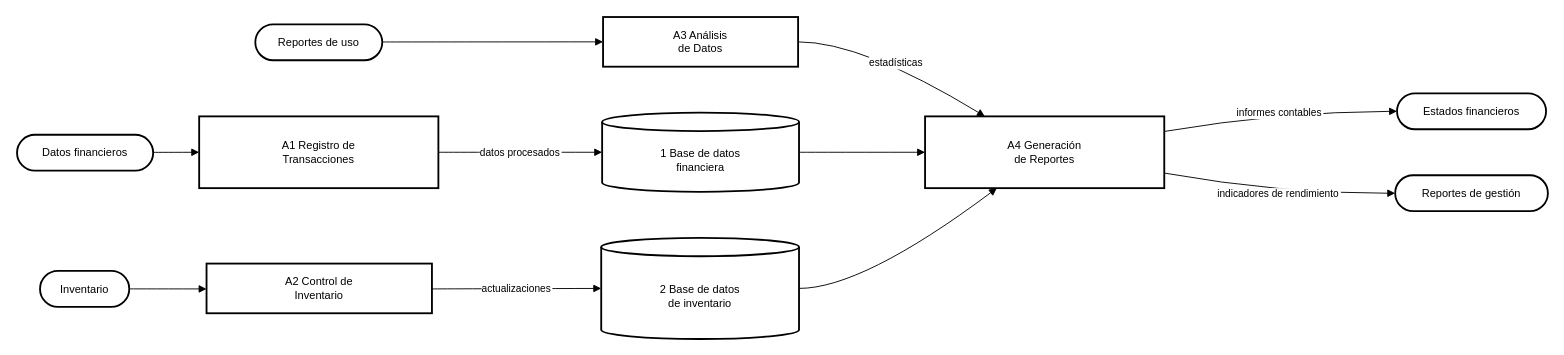
Above: F_NIVEL0_P3.drawio in RogerNegrete/sistemas-distribuidos (draw.io), before the change. Source tidied: cells renumbered, new cells numbered last; positions are measured from the earlier drawing's top-left corner, leaving out a move shared by most shapes. Both pictures are drawn from the tidied source at 92%, with x=0, y=0 at pixel (17, 17).
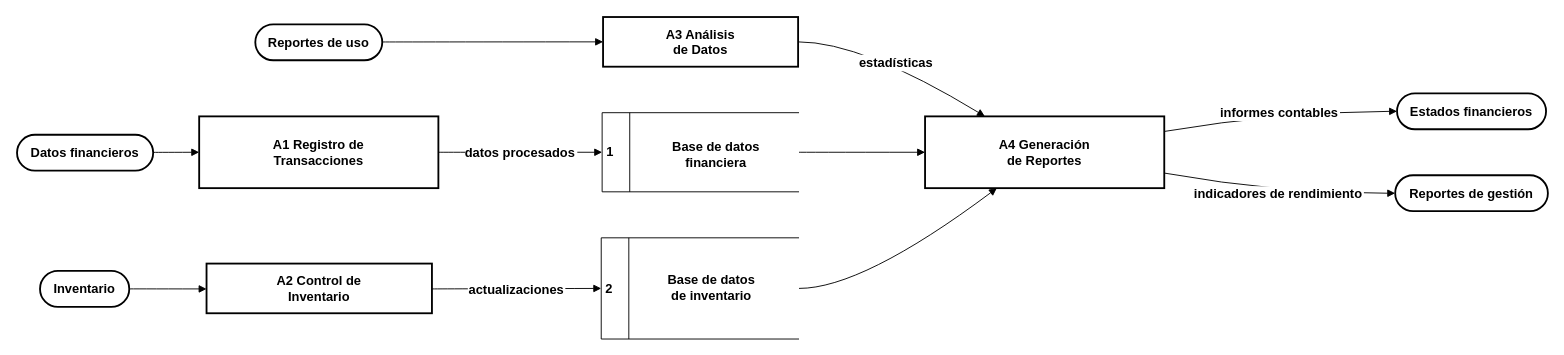
After the change.

What changed in the source:
```diff
@@
-    <mxCell id="2" value="Datos financieros" style="rounded=1;whiteSpace=wrap;arcSize=50;strokeWidth=2;" parent="1" vertex="1">
+    <mxCell id="2" value="Datos financieros" style="rounded=1;whiteSpace=wrap;arcSize=50;strokeWidth=2;fontStyle=1;fontSize=14;" parent="1" vertex="1">
       <mxGeometry y="128" width="148" height="39" as="geometry" />
     </mxCell>
-    <mxCell id="3" value="A1 Registro de&#10;Transacciones" style="whiteSpace=wrap;strokeWidth=2;" parent="1" vertex="1">
+    <mxCell id="3" value="A1 Registro de&#10;Transacciones" style="whiteSpace=wrap;strokeWidth=2;fontSize=14;fontStyle=1;" parent="1" vertex="1">
       <mxGeometry x="198" y="108" width="260" height="78" as="geometry" />
     </mxCell>
-    <mxCell id="4" value="Inventario" style="rounded=1;whiteSpace=wrap;arcSize=50;strokeWidth=2;" parent="1" vertex="1">
+    <mxCell id="4" value="Inventario" style="rounded=1;whiteSpace=wrap;arcSize=50;strokeWidth=2;fontSize=14;fontStyle=1;" parent="1" vertex="1">
       <mxGeometry x="25" y="276" width="97" height="39" as="geometry" />
     </mxCell>
-    <mxCell id="5" value="A2 Control de&#10;Inventario" style="whiteSpace=wrap;strokeWidth=2;" parent="1" vertex="1">
+    <mxCell id="5" value="A2 Control de&#10;Inventario" style="whiteSpace=wrap;strokeWidth=2;fontSize=14;fontStyle=1;" parent="1" vertex="1">
       <mxGeometry x="206" y="268" width="245" height="54" as="geometry" />
     </mxCell>
-    <mxCell id="6" value="Reportes de uso" style="rounded=1;whiteSpace=wrap;arcSize=50;strokeWidth=2;" parent="1" vertex="1">
+    <mxCell id="6" value="Reportes de uso" style="rounded=1;whiteSpace=wrap;arcSize=50;strokeWidth=2;fontSize=14;fontStyle=1;" parent="1" vertex="1">
       <mxGeometry x="259" y="8" width="138" height="39" as="geometry" />
     </mxCell>
-    <mxCell id="7" value="A3 Análisis&#10;de Datos" style="whiteSpace=wrap;strokeWidth=2;" parent="1" vertex="1">
+    <mxCell id="7" value="A3 Análisis&#10;de Datos" style="whiteSpace=wrap;strokeWidth=2;fontSize=14;fontStyle=1;" parent="1" vertex="1">
       <mxGeometry x="637" width="212" height="54" as="geometry" />
     </mxCell>
-    <mxCell id="8" value="1 Base de datos&#10;financiera" style="shape=cylinder3;boundedLbl=1;backgroundOutline=1;size=10;strokeWidth=2;whiteSpace=wrap;" parent="1" vertex="1">
+    <mxCell id="8" value="&lt;font style=&quot;font-size: 14px;&quot;&gt;&lt;b&gt;1&amp;nbsp;&lt;/b&gt;&lt;/font&gt;" style="html=1;dashed=0;whiteSpace=wrap;shape=mxgraph.dfd.dataStoreID;align=left;spacingLeft=3;points=[[0,0],[0.5,0],[1,0],[0,0.5],[1,0.5],[0,1],[0.5,1],[1,1]];" parent="1" vertex="1">
       <mxGeometry x="636" y="104" width="214" height="86" as="geometry" />
     </mxCell>
-    <mxCell id="9" value="2 Base de datos&#10;de inventario" style="shape=cylinder3;boundedLbl=1;backgroundOutline=1;size=10;strokeWidth=2;whiteSpace=wrap;" parent="1" vertex="1">
+    <mxCell id="9" value="&lt;font style=&quot;font-size: 14px;&quot;&gt;&lt;b&gt;2&amp;nbsp;&lt;/b&gt;&lt;/font&gt;" style="html=1;dashed=0;whiteSpace=wrap;shape=mxgraph.dfd.dataStoreID;align=left;spacingLeft=3;points=[[0,0],[0.5,0],[1,0],[0,0.5],[1,0.5],[0,1],[0.5,1],[1,1]];" parent="1" vertex="1">
       <mxGeometry x="635" y="240" width="215" height="110" as="geometry" />
     </mxCell>
-    <mxCell id="10" value="A4 Generación&#10;de Reportes" style="whiteSpace=wrap;strokeWidth=2;" parent="1" vertex="1">
+    <mxCell id="10" value="A4 Generación&#10;de Reportes" style="whiteSpace=wrap;strokeWidth=2;fontStyle=1;fontSize=14;" parent="1" vertex="1">
       <mxGeometry x="987" y="108" width="260" height="78" as="geometry" />
     </mxCell>
-    <mxCell id="11" value="Estados financieros" style="rounded=1;whiteSpace=wrap;arcSize=50;strokeWidth=2;" parent="1" vertex="1">
+    <mxCell id="11" value="Estados financieros" style="rounded=1;whiteSpace=wrap;arcSize=50;strokeWidth=2;fontSize=14;fontStyle=1;" parent="1" vertex="1">
       <mxGeometry x="1500" y="83" width="162" height="39" as="geometry" />
     </mxCell>
-    <mxCell id="12" value="Reportes de gestión" style="rounded=1;whiteSpace=wrap;arcSize=50;strokeWidth=2;" parent="1" vertex="1">
+    <mxCell id="12" value="Reportes de gestión" style="rounded=1;whiteSpace=wrap;arcSize=50;strokeWidth=2;fontStyle=1;fontSize=14;" parent="1" vertex="1">
       <mxGeometry x="1498" y="172" width="166" height="39" as="geometry" />
     </mxCell>
@@
-    <mxCell id="16" value="datos procesados" style="curved=1;startArrow=none;endArrow=block;exitX=1;exitY=0.5;entryX=0;entryY=0.5;rounded=0;" parent="1" edge="1" source="3" target="8">
+    <mxCell id="16" value="datos procesados" style="curved=1;startArrow=none;endArrow=block;exitX=1;exitY=0.5;entryX=0;entryY=0.5;rounded=0;fontSize=14;fontStyle=1;" parent="1" edge="1" source="3" target="8">
       <mxGeometry relative="1" as="geometry" />
     </mxCell>
-    <mxCell id="17" value="actualizaciones" style="curved=1;startArrow=none;endArrow=block;exitX=1;exitY=0.51;entryX=0;entryY=0.5;rounded=0;" parent="1" edge="1" source="5" target="9">
+    <mxCell id="17" value="actualizaciones" style="curved=1;startArrow=none;endArrow=block;exitX=1;exitY=0.51;entryX=0;entryY=0.5;rounded=0;fontStyle=1;fontSize=14;" parent="1" edge="1" source="5" target="9">
       <mxGeometry relative="1" as="geometry" />
     </mxCell>
-    <mxCell id="18" value="estadísticas" style="curved=1;startArrow=none;endArrow=block;exitX=1;exitY=0.5;entryX=0.25;entryY=0;rounded=0;" parent="1" edge="1" source="7" target="10">
+    <mxCell id="18" value="estadísticas" style="curved=1;startArrow=none;endArrow=block;exitX=1;exitY=0.5;entryX=0.25;entryY=0;rounded=0;fontSize=14;fontStyle=1;" parent="1" edge="1" source="7" target="10">
       <mxGeometry relative="1" as="geometry">
         <Array as="points">
           <mxPoint x="919" y="27" />
         </Array>
       </mxGeometry>
     </mxCell>
@@
-    <mxCell id="21" value="informes contables" style="curved=1;startArrow=none;endArrow=block;exitX=1;exitY=0.21;entryX=0;entryY=0.5;rounded=0;" parent="1" edge="1" source="10" target="11">
+    <mxCell id="21" value="informes contables" style="curved=1;startArrow=none;endArrow=block;exitX=1;exitY=0.21;entryX=0;entryY=0.5;rounded=0;fontSize=14;fontStyle=1;" parent="1" edge="1" source="10" target="11">
       <mxGeometry relative="1" as="geometry">
         <Array as="points">
           <mxPoint x="1373" y="103" />
         </Array>
       </mxGeometry>
     </mxCell>
-    <mxCell id="22" value="indicadores de rendimiento" style="curved=1;startArrow=none;endArrow=block;exitX=1;exitY=0.79;entryX=0;entryY=0.5;rounded=0;" parent="1" edge="1" source="10" target="12">
+    <mxCell id="22" value="indicadores de rendimiento" style="curved=1;startArrow=none;endArrow=block;exitX=1;exitY=0.79;entryX=0;entryY=0.5;rounded=0;fontStyle=1;fontSize=14;" parent="1" edge="1" source="10" target="12">
       <mxGeometry relative="1" as="geometry">
         <Array as="points">
           <mxPoint x="1373" y="192" />
         </Array>
       </mxGeometry>
     </mxCell>
+    <mxCell id="23" value="&lt;font style=&quot;font-size: 14px;&quot;&gt;&lt;b&gt;&lt;span style=&quot;text-align: left;&quot;&gt;Base de datos&lt;/span&gt;&lt;br style=&quot;text-align: left;&quot;&gt;&lt;span style=&quot;text-align: left;&quot;&gt;financiera&lt;/span&gt;&lt;/b&gt;&lt;/font&gt;" style="text;html=1;align=center;verticalAlign=middle;whiteSpace=wrap;rounded=0;" parent="1" vertex="1">
+      <mxGeometry x="710" y="122" width="100" height="53" as="geometry" />
+    </mxCell>
+    <mxCell id="24" value="&lt;font style=&quot;font-size: 14px;&quot;&gt;&lt;b&gt;&lt;span style=&quot;text-align: left;&quot;&gt;Base de datos&lt;/span&gt;&lt;br style=&quot;text-align: left;&quot;&gt;&lt;span style=&quot;text-align: left;&quot;&gt;de inventario&lt;/span&gt;&lt;/b&gt;&lt;/font&gt;" style="text;html=1;align=center;verticalAlign=middle;whiteSpace=wrap;rounded=0;" parent="1" vertex="1">
+      <mxGeometry x="700" y="268" width="110" height="52" as="geometry" />
+    </mxCell>
```
